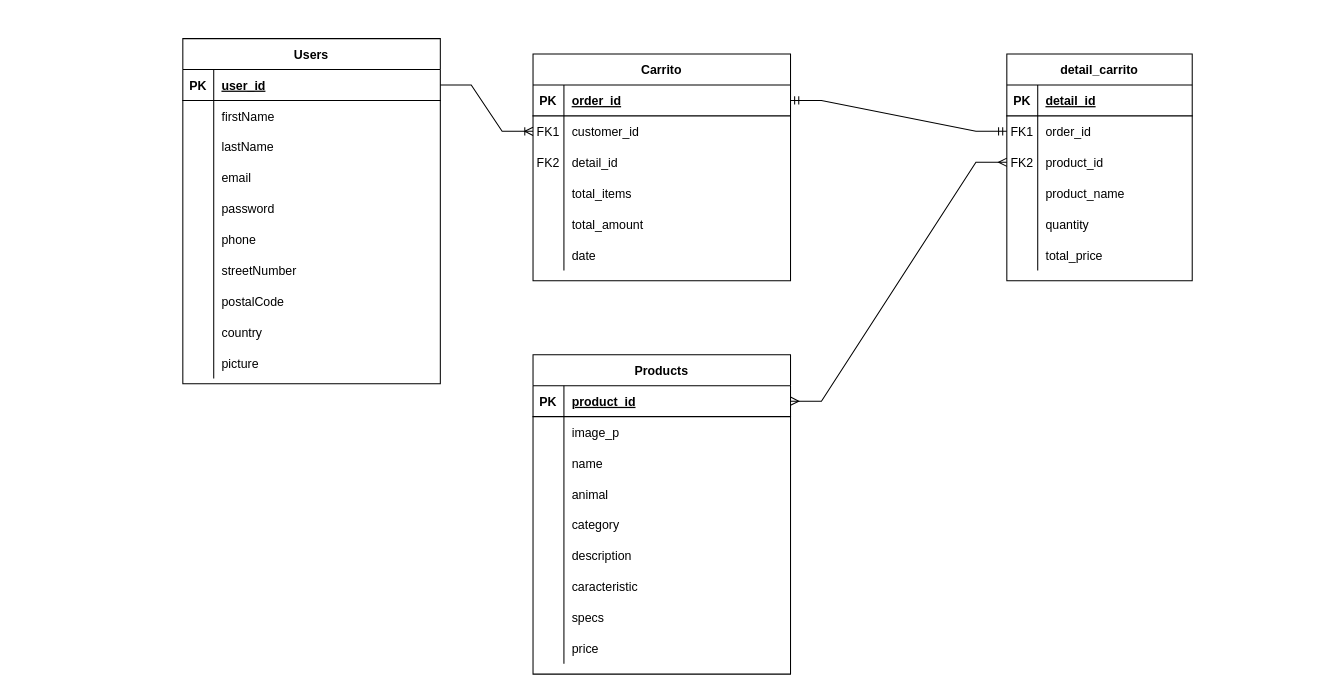
Before: Bases de Datos/diagrama.drawio in RiveraTheCreator/Digital_House_project, a draw.io diagram. Source tidied: cells renumbered, new cells numbered last; positions are measured from the earlier drawing's top-left corner, leaving out a move shared by most shapes. Both pictures are drawn from the tidied source at 103%, with x=0, y=0 at pixel (182, 38).
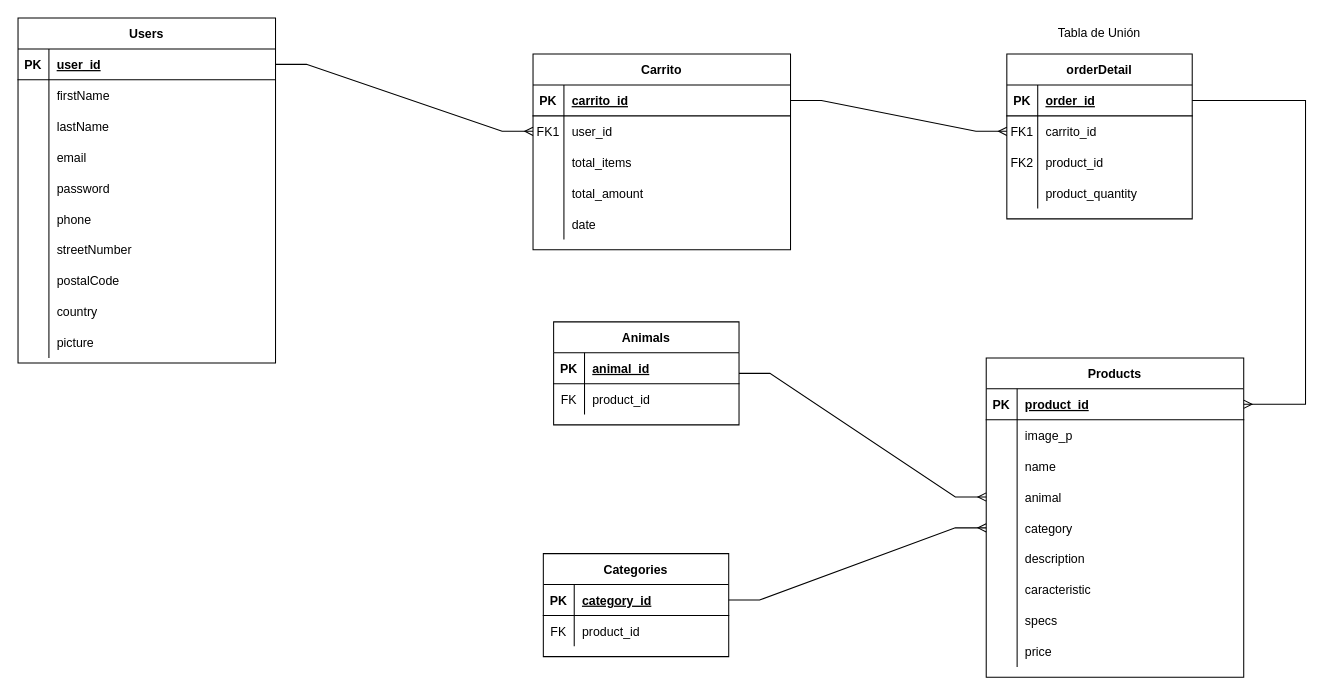
The same page after the edit.

Commit message (it also covers changes not shown here):
Correccion diagrama entidad relación y tablas

The change refers to these unchanged cells:
```xml
<mxCell id="3" style="shape=partialRectangle;fillColor=none;points=[[0,0.5],[1,0.5]];portConstraint=eastwest;top=0;left=0;right=0;bottom=1;" parent="2" vertex="1">
  <mxGeometry y="30" width="250" height="30" as="geometry" />
</mxCell>
<mxCell id="6" style="shape=partialRectangle;fillColor=none;points=[[0,0.5],[1,0.5]];portConstraint=eastwest;top=0;left=0;right=0;bottom=0;" parent="2" vertex="1">
  <mxGeometry y="60" width="250" height="30" as="geometry" />
</mxCell>
<mxCell id="9" style="shape=partialRectangle;fillColor=none;top=0;left=0;right=0;bottom=0;" parent="2" vertex="1">
  <mxGeometry y="90" width="250" height="30" as="geometry" />
</mxCell>
<mxCell id="12" style="shape=partialRectangle;fillColor=none;top=0;left=0;right=0;bottom=0;" parent="2" vertex="1">
  <mxGeometry y="120" width="250" height="30" as="geometry" />
</mxCell>
<mxCell id="15" style="shape=partialRectangle;fillColor=none;top=0;left=0;right=0;bottom=0;" parent="2" vertex="1">
  <mxGeometry y="150" width="250" height="30" as="geometry" />
</mxCell>
<mxCell id="22" style="shape=partialRectangle;fillColor=none;points=[[0,0.5],[1,0.5]];portConstraint=eastwest;top=0;left=0;right=0;bottom=1;" parent="21" vertex="1">
  <mxGeometry y="30" width="250" height="30" as="geometry" />
</mxCell>
<mxCell id="31" style="shape=partialRectangle;fillColor=none;points=[[0,0.5],[1,0.5]];portConstraint=eastwest;top=0;left=0;right=0;bottom=0;" parent="21" vertex="1">
  <mxGeometry y="120" width="250" height="30" as="geometry" />
</mxCell>
<mxCell id="34" style="shape=partialRectangle;fillColor=none;points=[[0,0.5],[1,0.5]];portConstraint=eastwest;top=0;left=0;right=0;bottom=0;" parent="21" vertex="1">
  <mxGeometry y="150" width="250" height="30" as="geometry" />
</mxCell>
<mxCell id="50" style="shape=partialRectangle;fillColor=none;points=[[0,0.5],[1,0.5]];portConstraint=eastwest;top=0;left=0;right=0;bottom=1;" parent="49" vertex="1">
  <mxGeometry y="30" width="250" height="30" as="geometry" />
</mxCell>
<mxCell id="81" style="shape=partialRectangle;fillColor=none;top=0;left=0;bottom=1;right=0;points=[[0,0.5],[1,0.5]];portConstraint=eastwest;" parent="80" vertex="1">
  <mxGeometry y="30" width="180" height="30" as="geometry" />
</mxCell>
<mxCell id="84" style="shape=partialRectangle;fillColor=none;top=0;left=0;bottom=0;right=0;points=[[0,0.5],[1,0.5]];portConstraint=eastwest;" parent="80" vertex="1">
  <mxGeometry y="60" width="180" height="30" as="geometry" />
</mxCell>
<mxCell id="87" style="shape=partialRectangle;fillColor=none;top=0;left=0;bottom=0;right=0;points=[[0,0.5],[1,0.5]];portConstraint=eastwest;" parent="80" vertex="1">
  <mxGeometry y="90" width="180" height="30" as="geometry" />
</mxCell>
<mxCell id="90" style="shape=partialRectangle;fillColor=none;top=0;left=0;bottom=0;right=0;" parent="80" vertex="1">
  <mxGeometry y="120" width="180" height="30" as="geometry" />
</mxCell>
```

The edit, as a diff of the source:
```diff
@@
     <mxCell id="2" value="Carrito" style="shape=table;startSize=30;childLayout=tableLayout;rowLines=0;fontStyle=1;align=center;" parent="1" vertex="1">
-      <mxGeometry x="340" y="15" width="250" height="220" as="geometry" />
+      <mxGeometry x="340" y="15" width="250" height="190" as="geometry" />
     </mxCell>
@@
-    <mxCell id="5" value="order_id" style="shape=partialRectangle;overflow=hidden;fillColor=none;top=0;left=0;bottom=0;right=0;align=left;spacingLeft=6;fontStyle=5;" parent="3" vertex="1">
+    <mxCell id="5" value="carrito_id" style="shape=partialRectangle;overflow=hidden;fillColor=none;top=0;left=0;bottom=0;right=0;align=left;spacingLeft=6;fontStyle=5;" parent="3" vertex="1">
       <mxGeometry x="30" width="220" height="30" as="geometry" />
     </mxCell>
@@
-    <mxCell id="8" value="customer_id" style="shape=partialRectangle;overflow=hidden;fillColor=none;top=0;left=0;bottom=0;right=0;align=left;spacingLeft=6;" parent="6" vertex="1">
+    <mxCell id="8" value="user_id" style="shape=partialRectangle;overflow=hidden;fillColor=none;top=0;left=0;bottom=0;right=0;align=left;spacingLeft=6;" parent="6" vertex="1">
       <mxGeometry x="30" width="220" height="30" as="geometry" />
     </mxCell>
@@
-    <mxCell id="10" value="FK2" style="shape=partialRectangle;overflow=hidden;fillColor=none;top=0;left=0;bottom=0;right=0;" parent="9" vertex="1">
+    <mxCell id="10" style="shape=partialRectangle;overflow=hidden;fillColor=none;top=0;left=0;bottom=0;right=0;" parent="9" vertex="1">
       <mxGeometry width="30" height="30" as="geometry" />
     </mxCell>
-    <mxCell id="11" value="detail_id" style="shape=partialRectangle;overflow=hidden;fillColor=none;top=0;left=0;bottom=0;right=0;align=left;spacingLeft=6;" parent="9" vertex="1">
+    <mxCell id="11" value="total_items" style="shape=partialRectangle;overflow=hidden;fillColor=none;top=0;left=0;bottom=0;right=0;align=left;spacingLeft=6;" parent="9" vertex="1">
       <mxGeometry x="30" width="220" height="30" as="geometry" />
     </mxCell>
@@
-    <mxCell id="14" value="total_items" style="shape=partialRectangle;overflow=hidden;fillColor=none;top=0;left=0;bottom=0;right=0;align=left;spacingLeft=6;" parent="12" vertex="1">
+    <mxCell id="14" value="total_amount" style="shape=partialRectangle;overflow=hidden;fillColor=none;top=0;left=0;bottom=0;right=0;align=left;spacingLeft=6;" parent="12" vertex="1">
       <mxGeometry x="30" width="220" height="30" as="geometry" />
     </mxCell>
@@
-    <mxCell id="17" value="total_amount" style="shape=partialRectangle;overflow=hidden;fillColor=none;top=0;left=0;bottom=0;right=0;align=left;spacingLeft=6;" parent="15" vertex="1">
+    <mxCell id="17" value="date" style="shape=partialRectangle;overflow=hidden;fillColor=none;top=0;left=0;bottom=0;right=0;align=left;spacingLeft=6;" parent="15" vertex="1">
       <mxGeometry x="30" width="220" height="30" as="geometry" />
     </mxCell>
-    <mxCell id="18" style="shape=partialRectangle;fillColor=none;top=0;left=0;right=0;bottom=0;" parent="2" vertex="1">
-      <mxGeometry y="180" width="250" height="30" as="geometry" />
-    </mxCell>
-    <mxCell id="19" style="shape=partialRectangle;overflow=hidden;fillColor=none;top=0;left=0;bottom=0;right=0;" parent="18" vertex="1">
-      <mxGeometry width="30" height="30" as="geometry" />
-    </mxCell>
-    <mxCell id="20" value="date" style="shape=partialRectangle;overflow=hidden;fillColor=none;top=0;left=0;bottom=0;right=0;align=left;spacingLeft=6;" parent="18" vertex="1">
-      <mxGeometry x="30" width="220" height="30" as="geometry" />
-    </mxCell>
     <mxCell id="21" value="Products" style="shape=table;startSize=30;childLayout=tableLayout;rowLines=0;fontStyle=1;align=center;" parent="1" vertex="1">
-      <mxGeometry x="340" y="307" width="250" height="310" as="geometry" />
+      <mxGeometry x="780" y="310" width="250" height="310" as="geometry" />
     </mxCell>
@@
     <mxCell id="49" value="Users" style="shape=table;startSize=30;childLayout=tableLayout;rowLines=0;fontStyle=1;align=center;" parent="1" vertex="1">
-      <mxGeometry width="250" height="335" as="geometry" />
+      <mxGeometry x="-160" y="-20" width="250" height="335" as="geometry" />
     </mxCell>
@@
-    <mxCell id="80" value="detail_carrito" style="shape=table;startSize=30;childLayout=tableLayout;rowLines=0;fontStyle=1;align=center;flipH=0;" parent="1" vertex="1">
-      <mxGeometry x="800" y="15" width="180" height="220" as="geometry" />
+    <mxCell id="80" value="orderDetail" style="shape=table;startSize=30;childLayout=tableLayout;rowLines=0;fontStyle=1;align=center;flipH=0;" parent="1" vertex="1">
+      <mxGeometry x="800" y="15" width="180" height="160" as="geometry" />
     </mxCell>
@@
-    <mxCell id="83" value="detail_id" style="shape=partialRectangle;fillColor=none;top=0;left=0;bottom=0;right=0;align=left;spacingLeft=6;fontStyle=5;overflow=hidden;" parent="81" vertex="1">
+    <mxCell id="83" value="order_id" style="shape=partialRectangle;fillColor=none;top=0;left=0;bottom=0;right=0;align=left;spacingLeft=6;fontStyle=5;overflow=hidden;" parent="81" vertex="1">
       <mxGeometry x="30" width="150" height="30" as="geometry" />
     </mxCell>
@@
-    <mxCell id="86" value="order_id" style="shape=partialRectangle;fillColor=none;top=0;left=0;bottom=0;right=0;align=left;spacingLeft=6;overflow=hidden;" parent="84" vertex="1">
+    <mxCell id="86" value="carrito_id" style="shape=partialRectangle;fillColor=none;top=0;left=0;bottom=0;right=0;align=left;spacingLeft=6;overflow=hidden;" parent="84" vertex="1">
       <mxGeometry x="30" width="150" height="30" as="geometry" />
     </mxCell>
@@
-    <mxCell id="92" value="product_name" style="shape=partialRectangle;fillColor=none;top=0;left=0;bottom=0;right=0;align=left;spacingLeft=6;overflow=hidden;" parent="90" vertex="1">
+    <mxCell id="92" value="product_quantity" style="shape=partialRectangle;fillColor=none;top=0;left=0;bottom=0;right=0;align=left;spacingLeft=6;overflow=hidden;" parent="90" vertex="1">
       <mxGeometry x="30" width="150" height="30" as="geometry" />
     </mxCell>
-    <mxCell id="93" style="shape=partialRectangle;fillColor=none;top=0;left=0;bottom=0;right=0;" parent="80" vertex="1">
-      <mxGeometry y="150" width="180" height="30" as="geometry" />
-    </mxCell>
-    <mxCell id="94" style="shape=partialRectangle;fillColor=none;top=0;left=0;bottom=0;right=0;overflow=hidden;" parent="93" vertex="1">
-      <mxGeometry width="30" height="30" as="geometry" />
-    </mxCell>
-    <mxCell id="95" value="quantity" style="shape=partialRectangle;fillColor=none;top=0;left=0;bottom=0;right=0;align=left;spacingLeft=6;overflow=hidden;" parent="93" vertex="1">
-      <mxGeometry x="30" width="150" height="30" as="geometry" />
-    </mxCell>
-    <mxCell id="96" style="shape=partialRectangle;fillColor=none;top=0;left=0;bottom=0;right=0;" parent="80" vertex="1">
-      <mxGeometry y="180" width="180" height="30" as="geometry" />
-    </mxCell>
-    <mxCell id="97" style="shape=partialRectangle;fillColor=none;top=0;left=0;bottom=0;right=0;overflow=hidden;" parent="96" vertex="1">
-      <mxGeometry width="30" height="30" as="geometry" />
-    </mxCell>
-    <mxCell id="98" value="total_price" style="shape=partialRectangle;fillColor=none;top=0;left=0;bottom=0;right=0;align=left;spacingLeft=6;overflow=hidden;" parent="96" vertex="1">
-      <mxGeometry x="30" width="150" height="30" as="geometry" />
-    </mxCell>
+    <mxCell id="100" style="edgeStyle=entityRelationEdgeStyle;fontSize=12;html=1;endArrow=ERmany;rounded=0;exitX=1;exitY=0.5;exitDx=0;exitDy=0;endFill=0;" parent="1" edge="1" source="50" target="6">
+      <mxGeometry relative="1" as="geometry" />
+    </mxCell>
-    <mxCell id="99" style="edgeStyle=entityRelationEdgeStyle;fontSize=12;html=1;endArrow=ERmandOne;startArrow=ERmandOne;rounded=0;entryX=0;entryY=0.5;entryDx=0;entryDy=0;exitX=1;exitY=0.5;exitDx=0;exitDy=0;" parent="1" edge="1" source="3" target="84">
+    <mxCell id="99" style="edgeStyle=entityRelationEdgeStyle;fontSize=12;html=1;endArrow=ERmany;rounded=0;exitX=1;exitY=0.5;exitDx=0;exitDy=0;entryX=0;entryY=0.5;entryDx=0;entryDy=0;endFill=0;" parent="1" edge="1" source="3" target="84">
       <mxGeometry relative="1" as="geometry" />
     </mxCell>
-    <mxCell id="100" style="edgeStyle=entityRelationEdgeStyle;fontSize=12;html=1;endArrow=ERoneToMany;rounded=0;exitX=1;exitY=0.5;exitDx=0;exitDy=0;" parent="1" edge="1" source="50" target="6">
-      <mxGeometry relative="1" as="geometry" />
-    </mxCell>
-    <mxCell id="101" style="edgeStyle=entityRelationEdgeStyle;fontSize=12;html=1;endArrow=ERmany;startArrow=ERmany;rounded=0;entryX=0;entryY=0.5;entryDx=0;entryDy=0;exitX=1;exitY=0.5;exitDx=0;exitDy=0;" parent="1" edge="1" source="22" target="87">
-      <mxGeometry relative="1" as="geometry" />
-    </mxCell>
+    <mxCell id="102" style="endArrow=ERmany;html=1;rounded=0;exitX=1;exitY=0.5;exitDx=0;exitDy=0;entryX=1;entryY=0.5;entryDx=0;entryDy=0;startArrow=none;startFill=0;endFill=0;" parent="1" edge="1" source="81" target="22">
+      <mxGeometry relative="1" as="geometry">
+        <Array as="points">
+          <mxPoint x="1090" y="60" />
+          <mxPoint x="1090" y="355" />
+        </Array>
+      </mxGeometry>
+    </mxCell>
+    <mxCell id="103" value="Categories" style="shape=table;startSize=30;childLayout=tableLayout;rowLines=0;fontStyle=1;align=center;" parent="1" vertex="1">
+      <mxGeometry x="350" y="500" width="180" height="100" as="geometry" />
+    </mxCell>
+    <mxCell id="104" style="shape=partialRectangle;fillColor=none;top=0;left=0;bottom=1;right=0;points=[[0,0.5],[1,0.5]];portConstraint=eastwest;" parent="103" vertex="1">
+      <mxGeometry y="30" width="180" height="30" as="geometry" />
+    </mxCell>
+    <mxCell id="105" value="PK" style="shape=partialRectangle;fillColor=none;top=0;left=0;bottom=0;right=0;fontStyle=1;overflow=hidden;" parent="104" vertex="1">
+      <mxGeometry width="30" height="30" as="geometry" />
+    </mxCell>
+    <mxCell id="106" value="category_id" style="shape=partialRectangle;fillColor=none;top=0;left=0;bottom=0;right=0;align=left;spacingLeft=6;fontStyle=5;overflow=hidden;" parent="104" vertex="1">
+      <mxGeometry x="30" width="150" height="30" as="geometry" />
+    </mxCell>
+    <mxCell id="107" style="shape=partialRectangle;fillColor=none;top=0;left=0;bottom=0;right=0;" parent="103" vertex="1">
+      <mxGeometry y="60" width="180" height="30" as="geometry" />
+    </mxCell>
+    <mxCell id="108" value="FK" style="shape=partialRectangle;fillColor=none;top=0;left=0;bottom=0;right=0;overflow=hidden;" parent="107" vertex="1">
+      <mxGeometry width="30" height="30" as="geometry" />
+    </mxCell>
+    <mxCell id="109" value="product_id" style="shape=partialRectangle;fillColor=none;top=0;left=0;bottom=0;right=0;align=left;spacingLeft=6;overflow=hidden;" parent="107" vertex="1">
+      <mxGeometry x="30" width="150" height="30" as="geometry" />
+    </mxCell>
+    <mxCell id="110" value="Animals" style="shape=table;startSize=30;childLayout=tableLayout;rowLines=0;fontStyle=1;align=center;" parent="1" vertex="1">
+      <mxGeometry x="360" y="275" width="180" height="100" as="geometry" />
+    </mxCell>
+    <mxCell id="111" style="shape=partialRectangle;fillColor=none;top=0;left=0;bottom=1;right=0;" parent="110" vertex="1">
+      <mxGeometry y="30" width="180" height="30" as="geometry" />
+    </mxCell>
+    <mxCell id="112" value="PK" style="shape=partialRectangle;fillColor=none;top=0;left=0;bottom=0;right=0;fontStyle=1;overflow=hidden;" parent="111" vertex="1">
+      <mxGeometry width="30" height="30" as="geometry" />
+    </mxCell>
+    <mxCell id="113" value="animal_id" style="shape=partialRectangle;fillColor=none;top=0;left=0;bottom=0;right=0;align=left;spacingLeft=6;fontStyle=5;overflow=hidden;" parent="111" vertex="1">
+      <mxGeometry x="30" width="150" height="30" as="geometry" />
+    </mxCell>
+    <mxCell id="114" style="shape=partialRectangle;fillColor=none;top=0;left=0;bottom=0;right=0;" parent="110" vertex="1">
+      <mxGeometry y="60" width="180" height="30" as="geometry" />
+    </mxCell>
+    <mxCell id="115" value="FK" style="shape=partialRectangle;fillColor=none;top=0;left=0;bottom=0;right=0;overflow=hidden;" parent="114" vertex="1">
+      <mxGeometry width="30" height="30" as="geometry" />
+    </mxCell>
+    <mxCell id="116" value="product_id" style="shape=partialRectangle;fillColor=none;top=0;left=0;bottom=0;right=0;align=left;spacingLeft=6;overflow=hidden;" parent="114" vertex="1">
+      <mxGeometry x="30" width="150" height="30" as="geometry" />
+    </mxCell>
+    <mxCell id="117" style="edgeStyle=entityRelationEdgeStyle;fontSize=12;html=1;endArrow=ERmany;rounded=0;entryX=0;entryY=0.5;entryDx=0;entryDy=0;exitX=1;exitY=0.5;exitDx=0;exitDy=0;endFill=0;" parent="1" edge="1" source="104" target="34">
+      <mxGeometry relative="1" as="geometry" />
+    </mxCell>
+    <mxCell id="118" style="edgeStyle=entityRelationEdgeStyle;fontSize=12;html=1;endArrow=ERmany;rounded=0;entryX=0;entryY=0.5;entryDx=0;entryDy=0;exitX=1;exitY=0.5;exitDx=0;exitDy=0;endFill=0;" parent="1" edge="1" source="110" target="31">
+      <mxGeometry relative="1" as="geometry" />
+    </mxCell>
+    <mxCell id="119" value="Tabla de Unión" style="text;html=1;strokeColor=none;fillColor=none;align=center;verticalAlign=middle;whiteSpace=wrap;rounded=0;" parent="1" vertex="1">
+      <mxGeometry x="835" y="-20" width="110" height="30" as="geometry" />
+    </mxCell>
```
